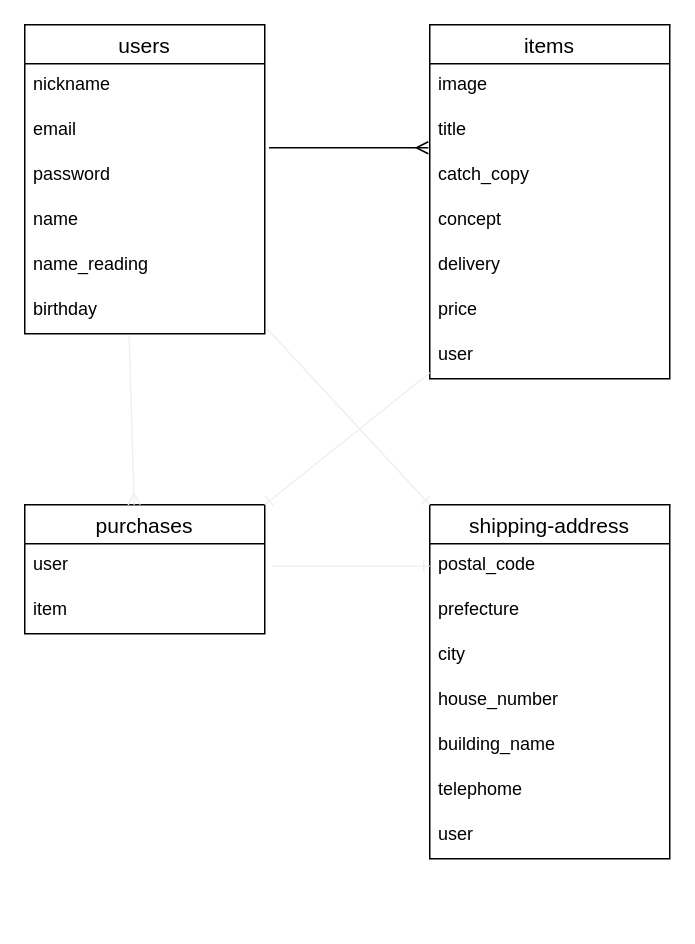
This is furima.dio from usagi-mikan/furima-35683, a draw.io file, before an edit. Source tidied: cells renumbered, new cells numbered last; positions are measured from the earlier drawing's top-left corner, leaving out a move shared by most shapes. Both pictures are drawn from the tidied source at 150%, with x=0, y=0 at pixel (24, 24).
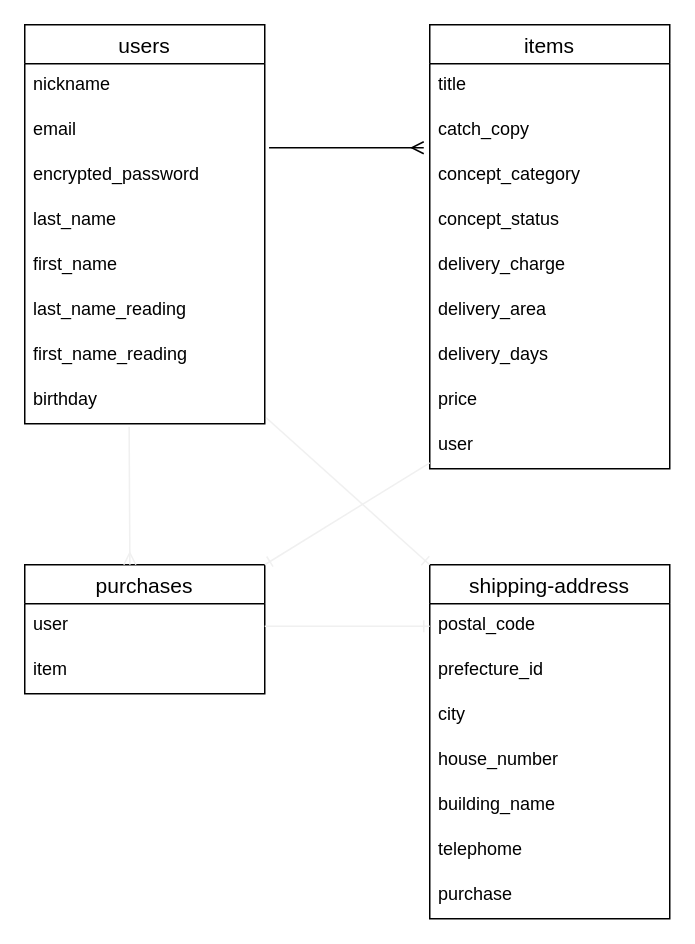
After the change.

Commit message (it also covers changes not shown here):
データベース設計・ER図設計の修正

Unchanged cells that the change refers to:
```xml
<mxCell id="18" value="user" style="text;strokeColor=none;fillColor=none;spacingLeft=4;spacingRight=4;overflow=hidden;points=[[0,0.5],[1,0.5]];portConstraint=eastwest;fontSize=12;" parent="17" vertex="1">
  <mxGeometry y="26" width="160" height="30" as="geometry" />
</mxCell>
<mxCell id="21" value="postal_code" style="text;strokeColor=none;fillColor=none;spacingLeft=4;spacingRight=4;overflow=hidden;points=[[0,0.5],[1,0.5]];portConstraint=eastwest;fontSize=12;" parent="20" vertex="1">
  <mxGeometry y="26" width="160" height="30" as="geometry" />
</mxCell>
```

The edit, as a diff of the source:
```diff
@@
     <mxCell id="2" value="users" style="swimlane;fontStyle=0;horizontal=1;startSize=26;align=center;fontSize=14;" parent="1" vertex="1">
-      <mxGeometry width="160" height="206" as="geometry" />
+      <mxGeometry width="160" height="266" as="geometry" />
     </mxCell>
@@
-    <mxCell id="5" value="password" style="text;strokeColor=none;fillColor=none;spacingLeft=4;spacingRight=4;overflow=hidden;points=[[0,0.5],[1,0.5]];portConstraint=eastwest;fontSize=12;" parent="2" vertex="1">
+    <mxCell id="5" value="encrypted_password" style="text;strokeColor=none;fillColor=none;spacingLeft=4;spacingRight=4;overflow=hidden;points=[[0,0.5],[1,0.5]];portConstraint=eastwest;fontSize=12;" parent="2" vertex="1">
       <mxGeometry y="86" width="160" height="30" as="geometry" />
     </mxCell>
+    <mxCell id="33" value="last_name" style="text;strokeColor=none;fillColor=none;spacingLeft=4;spacingRight=4;overflow=hidden;fontSize=12;" parent="2" vertex="1">
+      <mxGeometry y="116" width="160" height="30" as="geometry" />
+    </mxCell>
-    <mxCell id="6" value="name" style="text;strokeColor=none;fillColor=none;spacingLeft=4;spacingRight=4;overflow=hidden;fontSize=12;" parent="2" vertex="1">
-      <mxGeometry y="116" width="160" height="30" as="geometry" />
+    <mxCell id="6" value="first_name" style="text;strokeColor=none;fillColor=none;spacingLeft=4;spacingRight=4;overflow=hidden;fontSize=12;" parent="2" vertex="1">
+      <mxGeometry y="146" width="160" height="30" as="geometry" />
     </mxCell>
+    <mxCell id="34" value="last_name_reading" style="text;strokeColor=none;fillColor=none;spacingLeft=4;spacingRight=4;overflow=hidden;fontSize=12;" parent="2" vertex="1">
+      <mxGeometry y="176" width="160" height="30" as="geometry" />
+    </mxCell>
-    <mxCell id="7" value="name_reading" style="text;strokeColor=none;fillColor=none;spacingLeft=4;spacingRight=4;overflow=hidden;fontSize=12;" parent="2" vertex="1">
-      <mxGeometry y="146" width="160" height="30" as="geometry" />
+    <mxCell id="7" value="first_name_reading" style="text;strokeColor=none;fillColor=none;spacingLeft=4;spacingRight=4;overflow=hidden;fontSize=12;" parent="2" vertex="1">
+      <mxGeometry y="206" width="160" height="30" as="geometry" />
     </mxCell>
     <mxCell id="8" value="birthday" style="text;strokeColor=none;fillColor=none;spacingLeft=4;spacingRight=4;overflow=hidden;points=[[0,0.5],[1,0.5]];portConstraint=eastwest;fontSize=12;" parent="2" vertex="1">
-      <mxGeometry y="176" width="160" height="30" as="geometry" />
+      <mxGeometry y="236" width="160" height="30" as="geometry" />
     </mxCell>
     <mxCell id="9" value="items" style="swimlane;fontStyle=0;horizontal=1;startSize=26;align=center;fontSize=14;" parent="1" vertex="1">
-      <mxGeometry x="270" width="160" height="236" as="geometry" />
+      <mxGeometry x="270" width="160" height="296" as="geometry" />
     </mxCell>
-    <mxCell id="10" value="image" style="text;strokeColor=none;fillColor=none;spacingLeft=4;spacingRight=4;overflow=hidden;fontSize=12;" parent="9" vertex="1">
-      <mxGeometry y="26" width="160" height="30" as="geometry" />
-    </mxCell>
     <mxCell id="11" value="title" style="text;strokeColor=none;fillColor=none;spacingLeft=4;spacingRight=4;overflow=hidden;points=[[0,0.5],[1,0.5]];portConstraint=eastwest;fontSize=12;" parent="9" vertex="1">
-      <mxGeometry y="56" width="160" height="30" as="geometry" />
+      <mxGeometry y="26" width="160" height="30" as="geometry" />
     </mxCell>
     <mxCell id="12" value="catch_copy" style="text;strokeColor=none;fillColor=none;spacingLeft=4;spacingRight=4;overflow=hidden;points=[[0,0.5],[1,0.5]];portConstraint=eastwest;fontSize=12;" parent="9" vertex="1">
-      <mxGeometry y="86" width="160" height="30" as="geometry" />
+      <mxGeometry y="56" width="160" height="30" as="geometry" />
     </mxCell>
+    <mxCell id="35" value="concept_category" style="text;strokeColor=none;fillColor=none;spacingLeft=4;spacingRight=4;overflow=hidden;fontSize=12;" parent="9" vertex="1">
+      <mxGeometry y="86" width="160" height="30" as="geometry" />
+    </mxCell>
-    <mxCell id="13" value="concept" style="text;strokeColor=none;fillColor=none;spacingLeft=4;spacingRight=4;overflow=hidden;fontSize=12;" parent="9" vertex="1">
+    <mxCell id="13" value="concept_status" style="text;strokeColor=none;fillColor=none;spacingLeft=4;spacingRight=4;overflow=hidden;fontSize=12;" parent="9" vertex="1">
       <mxGeometry y="116" width="160" height="30" as="geometry" />
     </mxCell>
+    <mxCell id="36" value="delivery_charge" style="text;strokeColor=none;fillColor=none;spacingLeft=4;spacingRight=4;overflow=hidden;fontSize=12;" parent="9" vertex="1">
+      <mxGeometry y="146" width="160" height="30" as="geometry" />
+    </mxCell>
+    <mxCell id="37" value="delivery_area" style="text;strokeColor=none;fillColor=none;spacingLeft=4;spacingRight=4;overflow=hidden;fontSize=12;" parent="9" vertex="1">
+      <mxGeometry y="176" width="160" height="30" as="geometry" />
+    </mxCell>
-    <mxCell id="14" value="delivery" style="text;strokeColor=none;fillColor=none;spacingLeft=4;spacingRight=4;overflow=hidden;fontSize=12;" parent="9" vertex="1">
-      <mxGeometry y="146" width="160" height="30" as="geometry" />
+    <mxCell id="14" value="delivery_days" style="text;strokeColor=none;fillColor=none;spacingLeft=4;spacingRight=4;overflow=hidden;fontSize=12;" parent="9" vertex="1">
+      <mxGeometry y="206" width="160" height="30" as="geometry" />
     </mxCell>
     <mxCell id="15" value="price" style="text;strokeColor=none;fillColor=none;spacingLeft=4;spacingRight=4;overflow=hidden;fontSize=12;" parent="9" vertex="1">
-      <mxGeometry y="176" width="160" height="30" as="geometry" />
+      <mxGeometry y="236" width="160" height="30" as="geometry" />
     </mxCell>
     <mxCell id="16" value="user" style="text;strokeColor=none;fillColor=none;spacingLeft=4;spacingRight=4;overflow=hidden;points=[[0,0.5],[1,0.5]];portConstraint=eastwest;fontSize=12;" parent="9" vertex="1">
-      <mxGeometry y="206" width="160" height="30" as="geometry" />
+      <mxGeometry y="266" width="160" height="30" as="geometry" />
     </mxCell>
     <mxCell id="17" value="purchases" style="swimlane;fontStyle=0;horizontal=1;startSize=26;align=center;fontSize=14;" parent="1" vertex="1">
-      <mxGeometry y="320" width="160" height="86" as="geometry" />
+      <mxGeometry y="360" width="160" height="86" as="geometry" />
     </mxCell>
@@
     <mxCell id="20" value="shipping-address" style="swimlane;fontStyle=0;horizontal=1;startSize=26;align=center;fontSize=14;" parent="1" vertex="1">
-      <mxGeometry x="270" y="320" width="160" height="236" as="geometry" />
+      <mxGeometry x="270" y="360" width="160" height="236" as="geometry" />
     </mxCell>
@@
-    <mxCell id="22" value="prefecture" style="text;strokeColor=none;fillColor=none;spacingLeft=4;spacingRight=4;overflow=hidden;fontSize=12;" parent="20" vertex="1">
+    <mxCell id="22" value="prefecture_id" style="text;strokeColor=none;fillColor=none;spacingLeft=4;spacingRight=4;overflow=hidden;fontSize=12;" parent="20" vertex="1">
       <mxGeometry y="56" width="160" height="30" as="geometry" />
     </mxCell>
@@
-    <mxCell id="27" value="user" style="text;strokeColor=none;fillColor=none;spacingLeft=4;spacingRight=4;overflow=hidden;fontSize=12;" parent="20" vertex="1">
+    <mxCell id="27" value="purchase" style="text;strokeColor=none;fillColor=none;spacingLeft=4;spacingRight=4;overflow=hidden;fontSize=12;" parent="20" vertex="1">
       <mxGeometry y="206" width="160" height="30" as="geometry" />
     </mxCell>
-    <mxCell id="28" style="edgeStyle=entityRelationEdgeStyle;fontSize=12;html=1;endArrow=ERmany;endFill=0;exitX=1.018;exitY=-0.133;exitDx=0;exitDy=0;exitPerimeter=0;entryX=-0.006;entryY=0.867;entryDx=0;entryDy=0;entryPerimeter=0;" parent="1" edge="1" source="5" target="11">
+    <mxCell id="28" style="edgeStyle=entityRelationEdgeStyle;fontSize=12;html=1;endArrow=ERmany;endFill=0;exitX=1.018;exitY=-0.133;exitDx=0;exitDy=0;exitPerimeter=0;entryX=-0.025;entryY=0.867;entryDx=0;entryDy=0;entryPerimeter=0;" parent="1" edge="1" source="5" target="12">
       <mxGeometry relative="1" as="geometry" />
     </mxCell>
-    <mxCell id="29" style="edgeStyle=entityRelationEdgeStyle;fontSize=12;html=1;endArrow=ERone;endFill=1;strokeColor=#f0f0f0;entryX=0;entryY=0.5;entryDx=0;entryDy=0;" parent="1" edge="1" target="21">
-      <mxGeometry relative="1" as="geometry">
-        <mxPoint x="165" y="361" as="sourcePoint" />
-      </mxGeometry>
+    <mxCell id="29" style="edgeStyle=entityRelationEdgeStyle;fontSize=12;html=1;endArrow=ERone;endFill=1;strokeColor=#f0f0f0;entryX=0;entryY=0.5;entryDx=0;entryDy=0;exitX=1;exitY=0.5;exitDx=0;exitDy=0;" parent="1" edge="1" source="18" target="21">
+      <mxGeometry relative="1" as="geometry" />
     </mxCell>
-    <mxCell id="30" style="fontSize=12;html=1;endArrow=ERmany;endFill=0;strokeColor=#f0f0f0;exitX=0.435;exitY=1.067;exitDx=0;exitDy=0;exitPerimeter=0;entryX=0.456;entryY=0;entryDx=0;entryDy=0;entryPerimeter=0;" parent="1" edge="1" source="8" target="17">
+    <mxCell id="30" style="fontSize=12;html=1;endArrow=ERmany;endFill=0;strokeColor=#f0f0f0;exitX=0.435;exitY=1.067;exitDx=0;exitDy=0;exitPerimeter=0;entryX=0.438;entryY=0;entryDx=0;entryDy=0;entryPerimeter=0;" parent="1" edge="1" source="8" target="17">
       <mxGeometry relative="1" as="geometry" />
     </mxCell>
```
